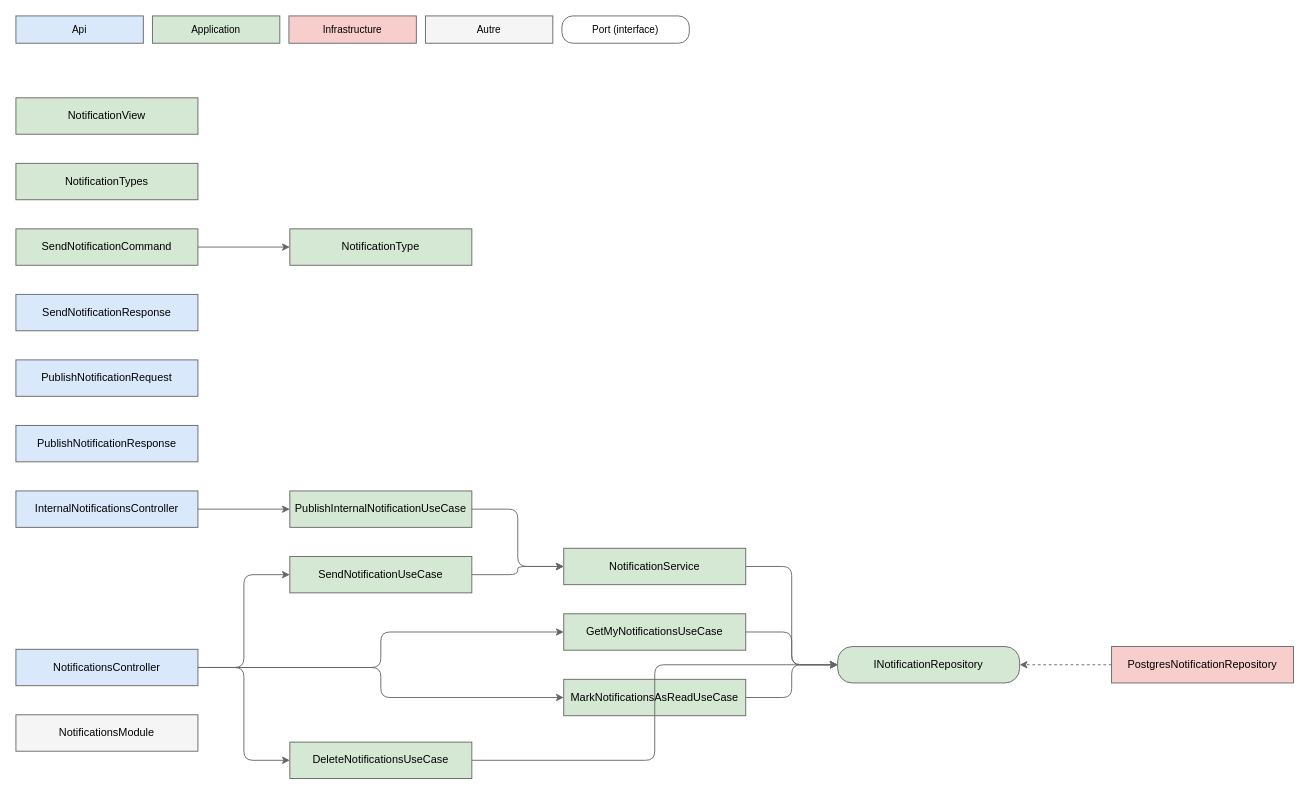
Before: api/docs/diagrams/Core/Notifications/notifications.drawio in huiitre/Tools-app, a draw.io diagram. Source tidied: cells renumbered, new cells numbered last; positions are measured from the earlier drawing's top-left corner, leaving out a move shared by most shapes. Both pictures are drawn from the tidied source at 91%, with x=0, y=0 at pixel (15, 15).
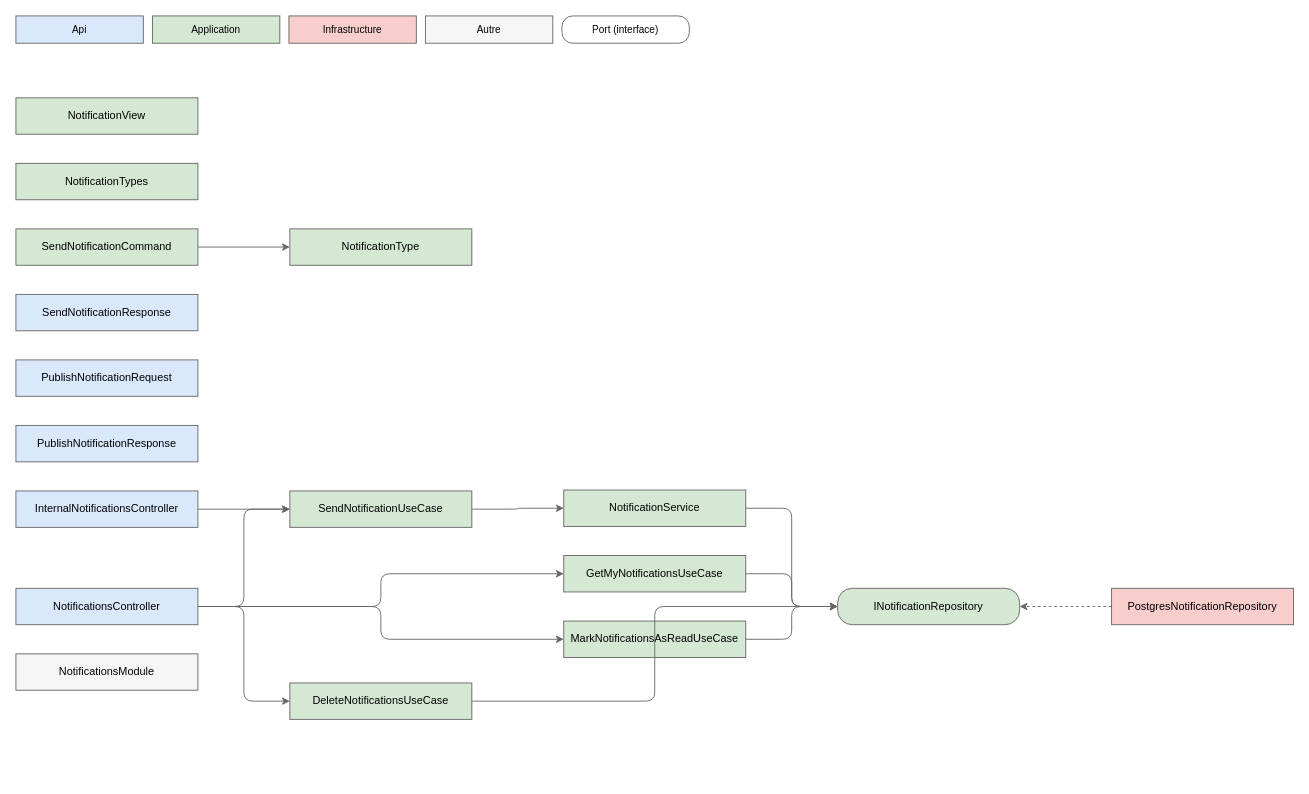
The same diagram, later.

Unchanged cells that the change refers to:
```xml
<mxCell id="10" value="InternalNotificationsController" style="rounded=0;whiteSpace=wrap;html=1;fillColor=#dae8fc;strokeColor=#666666;" parent="1" vertex="1">
  <mxGeometry y="522" width="200" height="40" as="geometry" />
</mxCell>
<mxCell id="13" value="NotificationType" style="rounded=0;whiteSpace=wrap;html=1;fillColor=#d5e8d4;strokeColor=#666666;" parent="1" vertex="1">
  <mxGeometry x="301" y="234" width="200" height="40" as="geometry" />
</mxCell>
<mxCell id="22" value="SendNotificationCommand" style="rounded=0;whiteSpace=wrap;html=1;fillColor=#d5e8d4;strokeColor=#666666;" parent="1" vertex="1">
  <mxGeometry y="234" width="200" height="40" as="geometry" />
</mxCell>
```

What changed in the source:
```diff
@@
     <mxCell id="7" value="DeleteNotificationsUseCase" style="rounded=0;whiteSpace=wrap;html=1;fillColor=#d5e8d4;strokeColor=#666666;" parent="1" vertex="1">
-      <mxGeometry x="301" y="798" width="200" height="40" as="geometry" />
+      <mxGeometry x="301" y="733" width="200" height="40" as="geometry" />
     </mxCell>
     <mxCell id="8" value="GetMyNotificationsUseCase" style="rounded=0;whiteSpace=wrap;html=1;fillColor=#d5e8d4;strokeColor=#666666;" parent="1" vertex="1">
-      <mxGeometry x="602" y="657" width="200" height="40" as="geometry" />
+      <mxGeometry x="602" y="593" width="200" height="40" as="geometry" />
     </mxCell>
     <mxCell id="9" value="INotificationRepository" style="rounded=1;arcSize=40;whiteSpace=wrap;html=1;fillColor=#d5e8d4;strokeColor=#666666;" parent="1" vertex="1">
-      <mxGeometry x="903" y="693" width="200" height="40" as="geometry" />
+      <mxGeometry x="903" y="629" width="200" height="40" as="geometry" />
     </mxCell>
@@
     <mxCell id="11" value="MarkNotificationsAsReadUseCase" style="rounded=0;whiteSpace=wrap;html=1;fillColor=#d5e8d4;strokeColor=#666666;" parent="1" vertex="1">
-      <mxGeometry x="602" y="729" width="200" height="40" as="geometry" />
+      <mxGeometry x="602" y="665" width="200" height="40" as="geometry" />
     </mxCell>
     <mxCell id="12" value="NotificationService" style="rounded=0;whiteSpace=wrap;html=1;fillColor=#d5e8d4;strokeColor=#666666;" parent="1" vertex="1">
-      <mxGeometry x="602" y="585" width="200" height="40" as="geometry" />
+      <mxGeometry x="602" y="521" width="200" height="40" as="geometry" />
     </mxCell>
@@
     <mxCell id="16" value="NotificationsController" style="rounded=0;whiteSpace=wrap;html=1;fillColor=#dae8fc;strokeColor=#666666;" parent="1" vertex="1">
-      <mxGeometry y="696" width="200" height="40" as="geometry" />
+      <mxGeometry y="629" width="200" height="40" as="geometry" />
     </mxCell>
     <mxCell id="17" value="NotificationsModule" style="rounded=0;whiteSpace=wrap;html=1;fillColor=#f5f5f5;strokeColor=#666666;" parent="1" vertex="1">
-      <mxGeometry y="768" width="200" height="40" as="geometry" />
+      <mxGeometry y="701" width="200" height="40" as="geometry" />
     </mxCell>
     <mxCell id="18" value="PostgresNotificationRepository" style="rounded=0;whiteSpace=wrap;html=1;fillColor=#f8cecc;strokeColor=#666666;" parent="1" vertex="1">
-      <mxGeometry x="1204" y="693" width="200" height="40" as="geometry" />
+      <mxGeometry x="1204" y="629" width="200" height="40" as="geometry" />
     </mxCell>
-    <mxCell id="19" value="PublishInternalNotificationUseCase" style="rounded=0;whiteSpace=wrap;html=1;fillColor=#d5e8d4;strokeColor=#666666;" parent="1" vertex="1">
-      <mxGeometry x="301" y="522" width="200" height="40" as="geometry" />
-    </mxCell>
@@
     <mxCell id="24" value="SendNotificationUseCase" style="rounded=0;whiteSpace=wrap;html=1;fillColor=#d5e8d4;strokeColor=#666666;" parent="1" vertex="1">
-      <mxGeometry x="301" y="594" width="200" height="40" as="geometry" />
+      <mxGeometry x="301" y="522" width="200" height="40" as="geometry" />
     </mxCell>
@@
-    <mxCell id="27" style="edgeStyle=orthogonalEdgeStyle;rounded=1;html=1;jettySize=auto;exitX=1;exitY=0.5;entryX=0;entryY=0.5;exitDx=0;exitDy=0;entryDx=0;entryDy=0;strokeColor=#666666;" parent="1" edge="1" source="10" target="19">
+    <mxCell id="27" style="edgeStyle=orthogonalEdgeStyle;rounded=1;html=1;jettySize=auto;exitX=1;exitY=0.5;entryX=0;entryY=0.5;exitDx=0;exitDy=0;entryDx=0;entryDy=0;strokeColor=#666666;" parent="1" edge="1" source="10" target="24">
       <mxGeometry relative="1" as="geometry" />
     </mxCell>
@@
-    <mxCell id="35" style="edgeStyle=orthogonalEdgeStyle;rounded=1;html=1;jettySize=auto;exitX=1;exitY=0.5;entryX=0;entryY=0.5;exitDx=0;exitDy=0;entryDx=0;entryDy=0;strokeColor=#666666;" parent="1" edge="1" source="19" target="12">
+    <mxCell id="35" style="edgeStyle=orthogonalEdgeStyle;rounded=1;html=1;jettySize=auto;exitX=1;exitY=0.5;entryX=0;entryY=0.5;exitDx=0;exitDy=0;entryDx=0;entryDy=0;strokeColor=#666666;" parent="1" edge="1" source="22" target="13">
       <mxGeometry relative="1" as="geometry" />
     </mxCell>
-    <mxCell id="36" style="edgeStyle=orthogonalEdgeStyle;rounded=1;html=1;jettySize=auto;exitX=1;exitY=0.5;entryX=0;entryY=0.5;exitDx=0;exitDy=0;entryDx=0;entryDy=0;strokeColor=#666666;" parent="1" edge="1" source="22" target="13">
+    <mxCell id="36" style="edgeStyle=orthogonalEdgeStyle;rounded=1;html=1;jettySize=auto;exitX=1;exitY=0.5;entryX=0;entryY=0.5;exitDx=0;exitDy=0;entryDx=0;entryDy=0;strokeColor=#666666;" parent="1" edge="1" source="24" target="12">
       <mxGeometry relative="1" as="geometry" />
     </mxCell>
-    <mxCell id="37" style="edgeStyle=orthogonalEdgeStyle;rounded=1;html=1;jettySize=auto;exitX=1;exitY=0.5;entryX=0;entryY=0.5;exitDx=0;exitDy=0;entryDx=0;entryDy=0;strokeColor=#666666;" parent="1" edge="1" source="24" target="12">
-      <mxGeometry relative="1" as="geometry" />
-    </mxCell>
```
